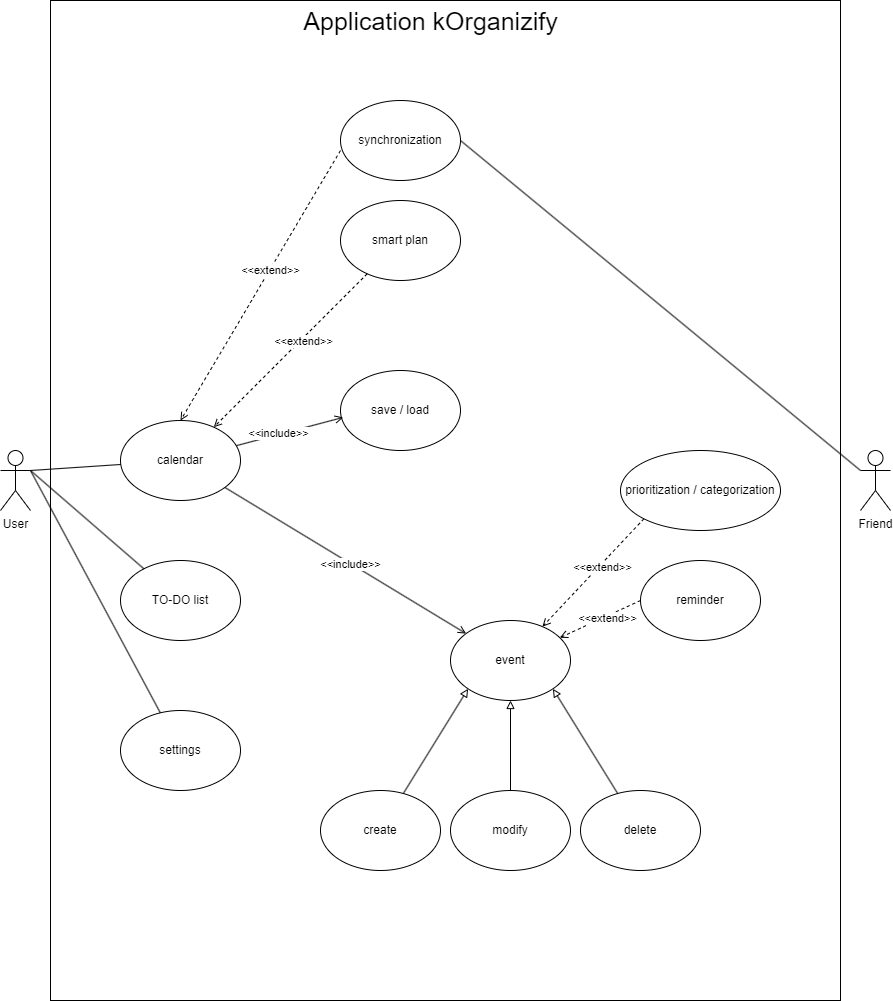
Earlier version of the draw.io export documentation/useCaseDiagram.png (jelisavetagavrilovic/kOrganizify). Source tidied: cells renumbered, new cells last; positions are measured from the earlier drawing's top-left corner, leaving out a move shared by most shapes.
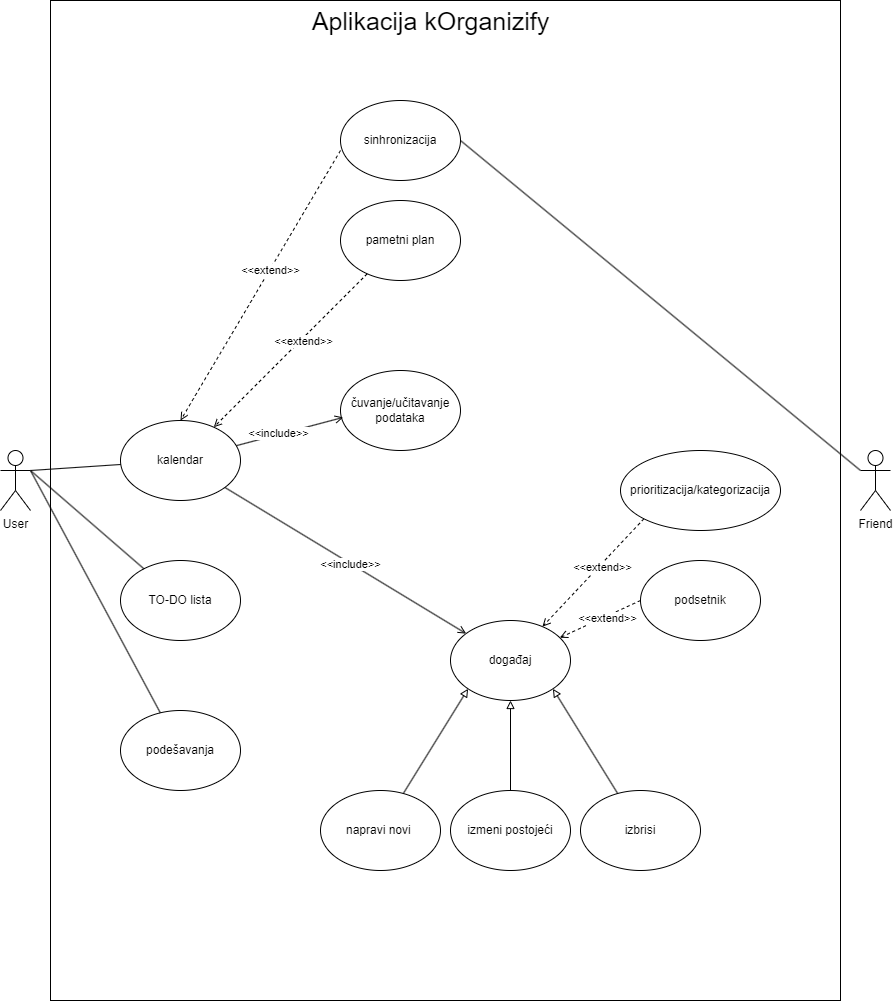
Above is the later version.

Change to the diagram source:
```diff
@@ -8,46 +8,46 @@
     <mxCell id="3" value="User" style="shape=umlActor;verticalLabelPosition=bottom;verticalAlign=top;html=1;outlineConnect=0;labelBackgroundColor=none;" parent="1" vertex="1">
       <mxGeometry y="450" width="30" height="60" as="geometry" />
     </mxCell>
-    <mxCell id="4" value="TO-DO list" style="ellipse;whiteSpace=wrap;html=1;labelBackgroundColor=none;" parent="1" vertex="1">
+    <mxCell id="4" value="TO-DO lista" style="ellipse;whiteSpace=wrap;html=1;labelBackgroundColor=none;" parent="1" vertex="1">
       <mxGeometry x="120" y="560" width="120" height="80" as="geometry" />
     </mxCell>
-    <mxCell id="5" value="save / load" style="ellipse;whiteSpace=wrap;html=1;labelBackgroundColor=none;" parent="1" vertex="1">
+    <mxCell id="5" value="čuvanje/učitavanje podataka" style="ellipse;whiteSpace=wrap;html=1;labelBackgroundColor=none;" parent="1" vertex="1">
       <mxGeometry x="340" y="370" width="120" height="80" as="geometry" />
     </mxCell>
-    <mxCell id="6" value="settings" style="ellipse;whiteSpace=wrap;html=1;labelBackgroundColor=none;" parent="1" vertex="1">
+    <mxCell id="6" value="podešavanja" style="ellipse;whiteSpace=wrap;html=1;labelBackgroundColor=none;" parent="1" vertex="1">
       <mxGeometry x="120" y="710" width="120" height="80" as="geometry" />
     </mxCell>
-    <mxCell id="7" value="calendar" style="ellipse;whiteSpace=wrap;html=1;labelBackgroundColor=none;" parent="1" vertex="1">
+    <mxCell id="7" value="kalendar" style="ellipse;whiteSpace=wrap;html=1;labelBackgroundColor=none;" parent="1" vertex="1">
       <mxGeometry x="120" y="420" width="120" height="80" as="geometry" />
     </mxCell>
-    <mxCell id="8" value="event" style="ellipse;whiteSpace=wrap;html=1;labelBackgroundColor=none;" parent="1" vertex="1">
+    <mxCell id="8" value="događaj" style="ellipse;whiteSpace=wrap;html=1;labelBackgroundColor=none;" parent="1" vertex="1">
       <mxGeometry x="450" y="620" width="120" height="80" as="geometry" />
     </mxCell>
-    <mxCell id="9" value="reminder" style="ellipse;whiteSpace=wrap;html=1;labelBackgroundColor=none;" parent="1" vertex="1">
+    <mxCell id="9" value="podsetnik" style="ellipse;whiteSpace=wrap;html=1;labelBackgroundColor=none;" parent="1" vertex="1">
       <mxGeometry x="640" y="560" width="120" height="80" as="geometry" />
     </mxCell>
-    <mxCell id="10" value="prioritization / categorization" style="ellipse;whiteSpace=wrap;html=1;labelBackgroundColor=none;" parent="1" vertex="1">
+    <mxCell id="10" value="prioritizacija/kategorizacija" style="ellipse;whiteSpace=wrap;html=1;labelBackgroundColor=none;" parent="1" vertex="1">
       <mxGeometry x="620" y="450" width="160" height="80" as="geometry" />
     </mxCell>
-    <mxCell id="11" value="synchronization" style="ellipse;whiteSpace=wrap;html=1;labelBackgroundColor=none;" parent="1" vertex="1">
+    <mxCell id="11" value="sinhronizacija" style="ellipse;whiteSpace=wrap;html=1;labelBackgroundColor=none;" parent="1" vertex="1">
       <mxGeometry x="340" y="100" width="120" height="80" as="geometry" />
     </mxCell>
-    <mxCell id="12" value="delete" style="ellipse;whiteSpace=wrap;html=1;labelBackgroundColor=none;" parent="1" vertex="1">
+    <mxCell id="12" value="izbrisi" style="ellipse;whiteSpace=wrap;html=1;labelBackgroundColor=none;" parent="1" vertex="1">
       <mxGeometry x="580" y="790" width="120" height="80" as="geometry" />
     </mxCell>
-    <mxCell id="13" value="modify" style="ellipse;whiteSpace=wrap;html=1;labelBackgroundColor=none;" parent="1" vertex="1">
+    <mxCell id="13" value="izmeni postojeći" style="ellipse;whiteSpace=wrap;html=1;labelBackgroundColor=none;" parent="1" vertex="1">
       <mxGeometry x="450" y="790" width="120" height="80" as="geometry" />
     </mxCell>
     <mxCell id="14" value="Friend" style="shape=umlActor;verticalLabelPosition=bottom;verticalAlign=top;html=1;labelBackgroundColor=none;" parent="1" vertex="1">
       <mxGeometry x="860" y="450" width="30" height="60" as="geometry" />
     </mxCell>
-    <mxCell id="15" value="Application kOrganizify" style="text;html=1;align=center;verticalAlign=middle;strokeColor=none;fillColor=none;fontSize=25;labelBackgroundColor=none;" parent="1" vertex="1">
-      <mxGeometry x="290" width="280" height="40" as="geometry" />
+    <mxCell id="15" value="Aplikacija kOrganizify" style="text;html=1;align=center;verticalAlign=middle;strokeColor=none;fillColor=none;fontSize=25;labelBackgroundColor=none;" parent="1" vertex="1">
+      <mxGeometry x="300" width="260" height="40" as="geometry" />
     </mxCell>
-    <mxCell id="16" value="smart plan" style="ellipse;whiteSpace=wrap;html=1;labelBackgroundColor=none;" parent="1" vertex="1">
+    <mxCell id="16" value="pametni plan" style="ellipse;whiteSpace=wrap;html=1;labelBackgroundColor=none;" parent="1" vertex="1">
       <mxGeometry x="340" y="200" width="120" height="80" as="geometry" />
     </mxCell>
-    <mxCell id="17" value="create" style="ellipse;whiteSpace=wrap;html=1;" parent="1" vertex="1">
+    <mxCell id="17" value="napravi novi&amp;nbsp;" style="ellipse;whiteSpace=wrap;html=1;" parent="1" vertex="1">
       <mxGeometry x="320" y="790" width="120" height="80" as="geometry" />
     </mxCell>
     <mxCell id="18" style="endArrow=none;html=1;rounded=0;" parent="1" edge="1" target="7">
```
